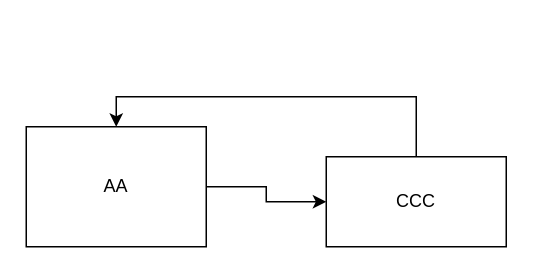
zhangwenhuad/visio keeps this draw.io diagram as 测试流程.drawio. Above is the earlier version. Source tidied: cells renumbered, new cells numbered last; positions are measured from the earlier drawing's top-left corner, leaving out a move shared by most shapes. Both pictures are drawn from the tidied source at 150%, with x=0, y=0 at pixel (26, 126).
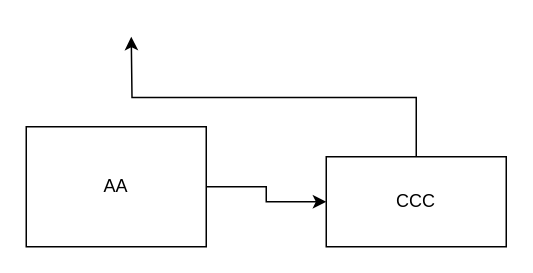
Above is the later version.

Diff of the diagram source:
```diff
@@
 <mxGraphModel>
   <root>
     <mxCell id="0" />
     <mxCell id="1" parent="0" />
     <mxCell id="2" style="edgeStyle=orthogonalEdgeStyle;rounded=0;jettySize=auto;html=1;" parent="1" edge="1" source="3" target="5">
       <mxGeometry relative="1" as="geometry" />
     </mxCell>
     <mxCell id="3" value="AA" style="rounded=0;whiteSpace=wrap;html=1;" parent="1" vertex="1">
       <mxGeometry width="120" height="80" as="geometry" />
     </mxCell>
-    <mxCell id="4" style="edgeStyle=orthogonalEdgeStyle;rounded=0;jettySize=auto;html=1;exitX=0.5;exitY=0;exitDx=0;exitDy=0;entryX=0.5;entryY=0;entryDx=0;entryDy=0;" parent="1" edge="1" source="5" target="3">
-      <mxGeometry relative="1" as="geometry" />
+    <mxCell id="4" style="edgeStyle=orthogonalEdgeStyle;rounded=0;jettySize=auto;html=1;exitX=0.5;exitY=0;exitDx=0;exitDy=0;" parent="1" edge="1" source="5">
+      <mxGeometry relative="1" as="geometry">
+        <mxPoint x="70" y="-60" as="targetPoint" />
+      </mxGeometry>
     </mxCell>
     <mxCell id="5" value="CCC" style="rounded=0;whiteSpace=wrap;html=1;" parent="1" vertex="1">
       <mxGeometry x="200" y="20" width="120" height="60" as="geometry" />
     </mxCell>
   </root>
 </mxGraphModel>
```
